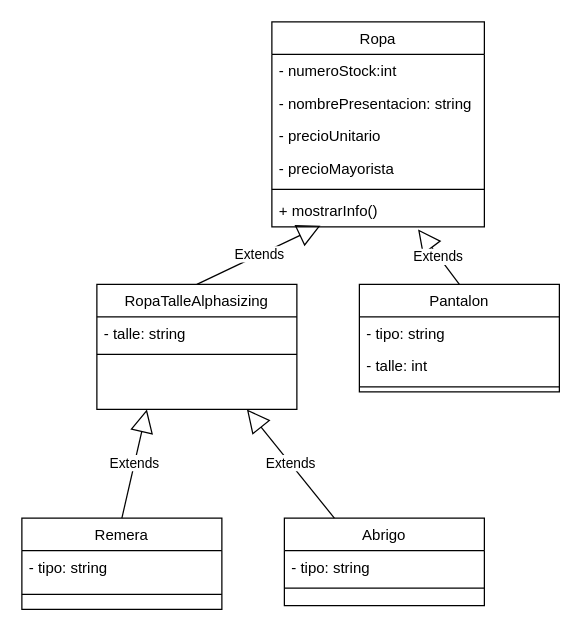
monick96/PracticeCsharp keeps this draw.io diagram as DesarrolloOrientadoObjetos/ejericiosObligatorios3/UML/ejerciciosObligatorios3.drawio. Above is the earlier version. Source tidied: cells renumbered, new cells numbered last; positions are measured from the earlier drawing's top-left corner, leaving out a move shared by most shapes. Both pictures are drawn from the tidied source at 125%, with x=0, y=0 at pixel (21, 21).
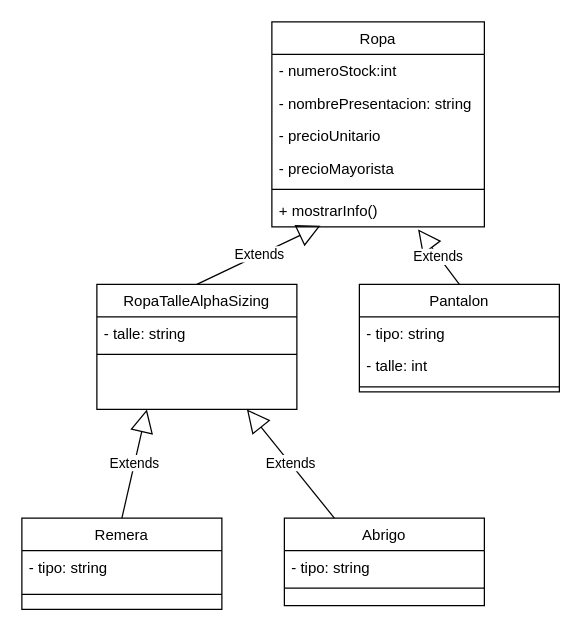
The same page after the edit.

What changed in the source:
```diff
@@
-    <mxCell id="9" value="RopaTalleAlphasizing" style="swimlane;fontStyle=0;align=center;verticalAlign=top;horizontal=1;startSize=26;rounded=0;shadow=0;strokeWidth=1;" parent="1" vertex="1">
+    <mxCell id="9" value="RopaTalleAlphaSizing" style="swimlane;fontStyle=0;align=center;verticalAlign=top;horizontal=1;startSize=26;rounded=0;shadow=0;strokeWidth=1;" parent="1" vertex="1">
       <mxGeometry x="60" y="210" width="160" height="100" as="geometry" />
     </mxCell>
```
